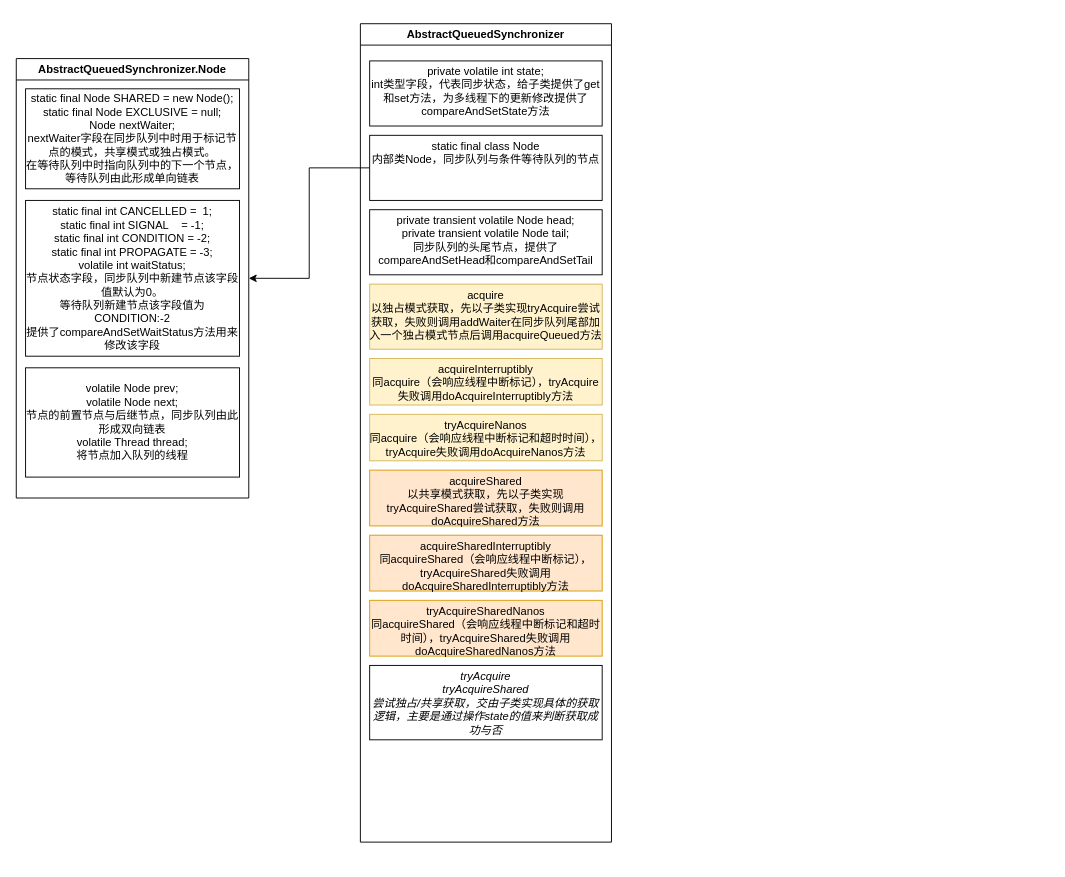
a7956232/drawIOFiles keeps this draw.io diagram as AbstractQueuedSynchronizer.drawio. Above is the earlier version. Source tidied: cells renumbered, new cells numbered last; positions are measured from the earlier drawing's top-left corner, leaving out a move shared by most shapes. Both pictures are drawn from the tidied source at 93%, with x=0, y=0 at pixel (16, 23).
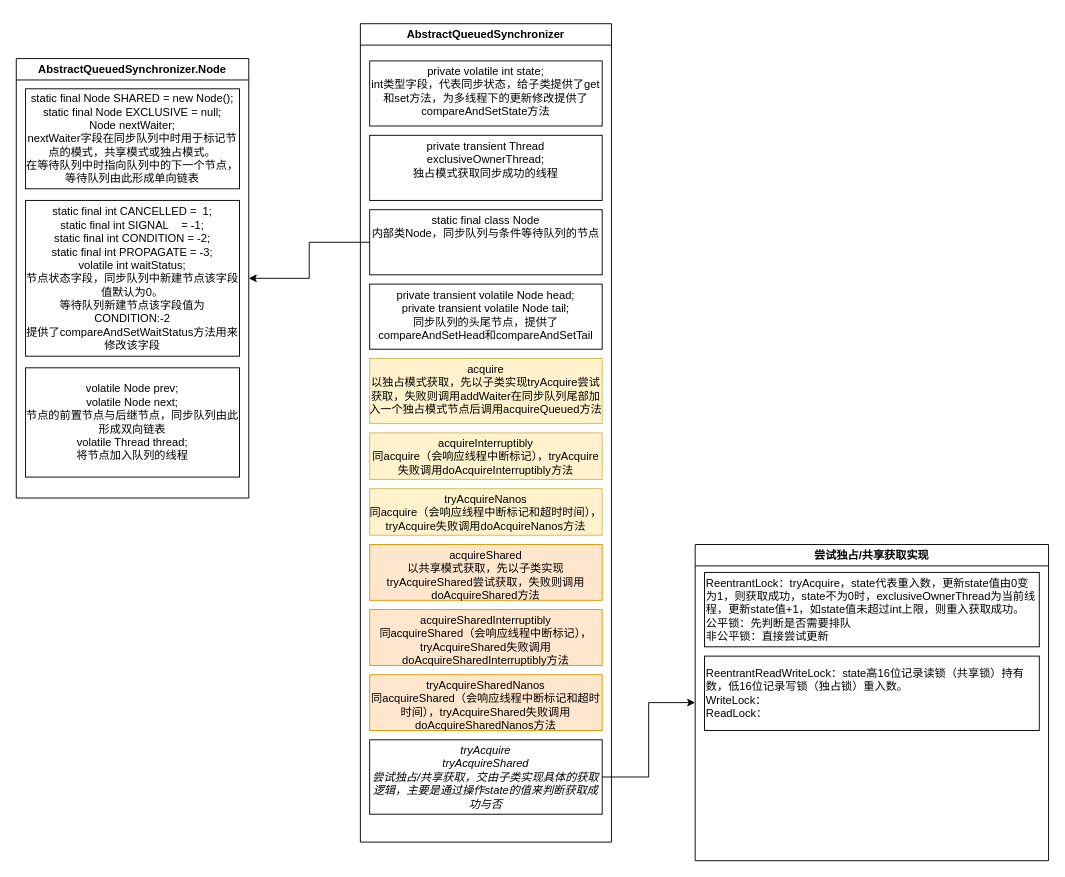
The same diagram, later.

The change refers to these unchanged cells:
```xml
<mxCell id="2" value="&lt;pre style=&quot;&quot;&gt;&lt;font style=&quot;font-size: 12px;&quot; face=&quot;Helvetica&quot;&gt;AbstractQueuedSynchronizer&lt;/font&gt;&lt;/pre&gt;" style="swimlane;whiteSpace=wrap;html=1;" parent="1" vertex="1">
  <mxGeometry x="370" width="270" height="880" as="geometry" />
</mxCell>
```

Change to the diagram source:
```diff
@@
     <mxCell id="4" value="static final class Node&#10;内部类Node，同步队列与条件等待队列的节点" style="rounded=0;whiteSpace=wrap;labelBackgroundColor=none;fontFamily=Helvetica;fontSize=12;fontColor=#000000;verticalAlign=top;spacing=0;" parent="2" vertex="1">
-      <mxGeometry x="10" y="120" width="250" height="70" as="geometry" />
+      <mxGeometry x="10" y="200" width="250" height="70" as="geometry" />
     </mxCell>
     <mxCell id="5" value="acquire&#10;以独占模式获取，先以子类实现tryAcquire尝试获取，失败则调用addWaiter在同步队列尾部加入一个独占模式节点后调用acquireQueued方法" style="rounded=0;labelBackgroundColor=none;fontFamily=Helvetica;fontSize=12;verticalAlign=top;spacing=0;whiteSpace=wrap;fillColor=#fff2cc;strokeColor=#d6b656;" parent="2" vertex="1">
-      <mxGeometry x="10" y="280" width="250" height="70" as="geometry" />
+      <mxGeometry x="10" y="360" width="250" height="70" as="geometry" />
     </mxCell>
     <mxCell id="6" value="private transient volatile Node head;&#10;private transient volatile Node tail;&#10;同步队列的头尾节点，提供了compareAndSetHead和compareAndSetTail" style="rounded=0;whiteSpace=wrap;labelBackgroundColor=none;fontFamily=Helvetica;fontSize=12;fontColor=#000000;verticalAlign=top;spacing=0;" parent="2" vertex="1">
-      <mxGeometry x="10" y="200" width="250" height="70" as="geometry" />
+      <mxGeometry x="10" y="280" width="250" height="70" as="geometry" />
     </mxCell>
     <mxCell id="7" value="acquireInterruptibly&#10;同acquire（会响应线程中断标记），tryAcquire失败调用doAcquireInterruptibly方法" style="rounded=0;labelBackgroundColor=none;fontFamily=Helvetica;fontSize=12;verticalAlign=top;spacing=0;whiteSpace=wrap;fillColor=#fff2cc;strokeColor=#d6b656;" parent="2" vertex="1">
-      <mxGeometry x="10" y="360" width="250" height="50" as="geometry" />
+      <mxGeometry x="10" y="440" width="250" height="50" as="geometry" />
     </mxCell>
     <mxCell id="8" value="tryAcquireNanos&#10;同acquire（会响应线程中断标记和超时时间），tryAcquire失败调用doAcquireNanos方法" style="rounded=0;labelBackgroundColor=none;fontFamily=Helvetica;fontSize=12;verticalAlign=top;spacing=0;whiteSpace=wrap;fillColor=#fff2cc;strokeColor=#d6b656;" parent="2" vertex="1">
-      <mxGeometry x="10" y="420" width="250" height="50" as="geometry" />
+      <mxGeometry x="10" y="500" width="250" height="50" as="geometry" />
     </mxCell>
     <mxCell id="9" value="acquireShared&#10;以共享模式获取，先以子类实现tryAcquireShared尝试获取，失败则调用doAcquireShared方法" style="rounded=0;labelBackgroundColor=none;fontFamily=Helvetica;fontSize=12;verticalAlign=top;spacing=0;whiteSpace=wrap;fillColor=#ffe6cc;strokeColor=#d79b00;" parent="2" vertex="1">
-      <mxGeometry x="10" y="480" width="250" height="60" as="geometry" />
+      <mxGeometry x="10" y="560" width="250" height="60" as="geometry" />
     </mxCell>
     <mxCell id="10" value="acquireSharedInterruptibly&#10;同acquireShared（会响应线程中断标记），tryAcquireShared失败调用doAcquireSharedInterruptibly方法" style="rounded=0;labelBackgroundColor=none;fontFamily=Helvetica;fontSize=12;verticalAlign=top;spacing=0;whiteSpace=wrap;fillColor=#ffe6cc;strokeColor=#d79b00;" parent="2" vertex="1">
-      <mxGeometry x="10" y="550" width="250" height="60" as="geometry" />
+      <mxGeometry x="10" y="630" width="250" height="60" as="geometry" />
     </mxCell>
     <mxCell id="11" value="tryAcquireSharedNanos&#10;同acquireShared（会响应线程中断标记和超时时间），tryAcquireShared失败调用doAcquireSharedNanos方法" style="rounded=0;labelBackgroundColor=none;fontFamily=Helvetica;fontSize=12;verticalAlign=top;spacing=0;whiteSpace=wrap;fillColor=#ffe6cc;strokeColor=#d79b00;" parent="2" vertex="1">
-      <mxGeometry x="10" y="620" width="250" height="60" as="geometry" />
+      <mxGeometry x="10" y="700" width="250" height="60" as="geometry" />
     </mxCell>
     <mxCell id="12" value="tryAcquire&#10;tryAcquireShared&#10;尝试独占/共享获取，交由子类实现具体的获取逻辑，主要是通过操作state的值来判断获取成功与否" style="rounded=0;whiteSpace=wrap;labelBackgroundColor=none;fontFamily=Helvetica;fontSize=12;fontColor=#000000;verticalAlign=top;spacing=0;fontStyle=2;" parent="2" vertex="1">
-      <mxGeometry x="10" y="690" width="250" height="80" as="geometry" />
+      <mxGeometry x="10" y="770" width="250" height="80" as="geometry" />
     </mxCell>
+    <mxCell id="18" value="private transient Thread exclusiveOwnerThread;&#10;独占模式获取同步成功的线程" style="rounded=0;whiteSpace=wrap;labelBackgroundColor=none;fontFamily=Helvetica;fontSize=12;fontColor=#000000;verticalAlign=top;spacing=0;" parent="2" vertex="1">
+      <mxGeometry x="10" y="120" width="250" height="70" as="geometry" />
+    </mxCell>
@@
+    <mxCell id="19" style="edgeStyle=orthogonalEdgeStyle;rounded=0;jettySize=auto;html=1;entryX=0;entryY=0.5;entryDx=0;entryDy=0;fontFamily=Helvetica;fontSize=12;fontColor=#000000;" parent="1" edge="1" source="12" target="20">
+      <mxGeometry relative="1" as="geometry" />
+    </mxCell>
+    <mxCell id="20" value="尝试独占/共享获取实现" style="swimlane;whiteSpace=wrap;html=1;rounded=0;labelBackgroundColor=none;strokeColor=default;fontFamily=Helvetica;fontSize=12;fontColor=#000000;fillColor=default;" parent="1" vertex="1">
+      <mxGeometry x="730" y="560" width="380" height="340" as="geometry" />
+    </mxCell>
+    <mxCell id="21" value="ReentrantLock：tryAcquire，state代表重入数，更新state值由0变为1，则获取成功，state不为0时，exclusiveOwnerThread为当前线程，更新state值+1，如state值未超过int上限，则重入获取成功。&lt;br&gt;公平锁：先判断是否需要排队&lt;br&gt;非公平锁：直接尝试更新" style="rounded=0;whiteSpace=wrap;html=1;labelBackgroundColor=none;strokeColor=default;fontFamily=Helvetica;fontSize=12;fontColor=#000000;fillColor=default;align=left;" parent="20" vertex="1">
+      <mxGeometry x="10" y="30" width="360" height="80" as="geometry" />
+    </mxCell>
+    <mxCell id="22" value="ReentrantReadWriteLock：state高16位记录读锁（共享锁）持有数，低16位记录写锁（独占锁）重入数。&lt;br&gt;WriteLock：&lt;br&gt;ReadLock：" style="rounded=0;whiteSpace=wrap;html=1;labelBackgroundColor=none;strokeColor=default;fontFamily=Helvetica;fontSize=12;fontColor=#000000;fillColor=default;align=left;" parent="20" vertex="1">
+      <mxGeometry x="10" y="120" width="360" height="80" as="geometry" />
+    </mxCell>
```
